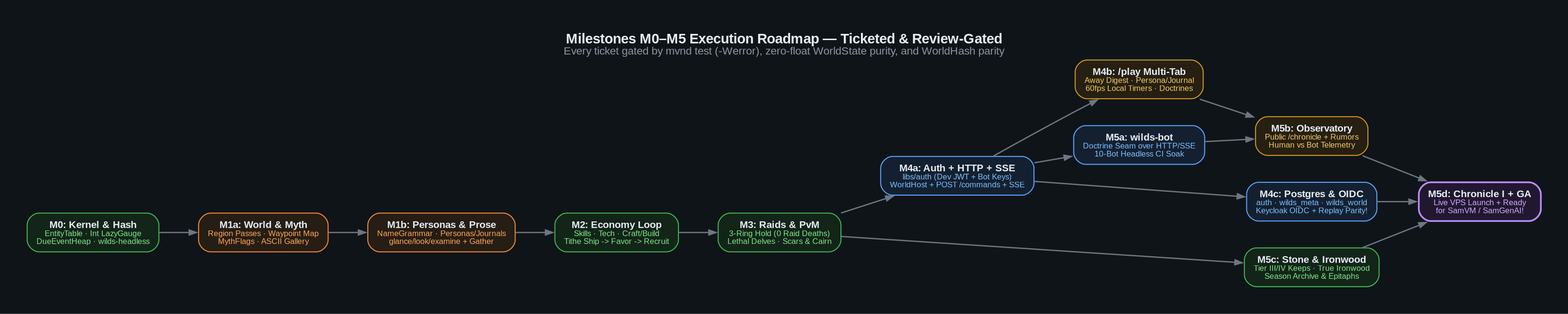
This is planning/ironwood_wilds_planning/diagrams/07-milestone-roadmap.png from Lord-Windy/KotharWorks, a Graphviz export, as it was before one commit. Its source is kept beside it as planning/ironwood_wilds_planning/diagrams/07-milestone-roadmap.dot. Source of this version:
```dot
digraph MilestoneRoadmap {
    graph [
        rankdir=LR,
        bgcolor="#0f1419",
        fontname="Liberation Sans",
        fontsize=14,
        fontcolor="#e6edf3",
        label=<<b>Milestones M0–M5 Execution Roadmap — Ticketed &amp; Review-Gated</b><br/><font point-size="11" color="#8b949e">Every ticket gated by mvnd test (-Werror), zero-float WorldState purity, and WorldHash parity</font>>,
        labelloc=t,
        pad="0.38",
        nodesep="0.38",
        ranksep="0.55"
    ];

    node [
        shape=box,
        style="rounded,filled",
        fontname="Liberation Sans",
        fontsize=10,
        fillcolor="#161b22",
        color="#30363d",
        fontcolor="#e6edf3",
        margin="0.13,0.09"
    ];

    edge [
        color="#6e7681",
        penwidth=1.3,
        arrowsize=0.72
    ];

    m0  [fillcolor="#132419", color="#3fb950", label=<<b>M0: Kernel &amp; Hash</b><br/><font point-size="8.5" color="#7ee787">EntityTable · Int LazyGauge<br/>DueEventHeap · wilds-headless</font>>];
    m1a [fillcolor="#261d14", color="#f0883e", label=<<b>M1a: World &amp; Myth</b><br/><font point-size="8.5" color="#ffa657">Region Passes · Waypoint Map<br/>MythFlags · ASCII Gallery</font>>];
    m1b [fillcolor="#261d14", color="#f0883e", label=<<b>M1b: Personas &amp; Prose</b><br/><font point-size="8.5" color="#ffa657">NameGrammar · Personas/Journals<br/>glance/look/examine + Gather</font>>];
    m2  [fillcolor="#132419", color="#3fb950", label=<<b>M2: Economy Loop</b><br/><font point-size="8.5" color="#7ee787">Skills · Tech · Craft/Build<br/>Tithe Ship -&gt; Favor -&gt; Recruit</font>>];

    m3  [fillcolor="#132419", color="#3fb950", label=<<b>M3: Raids &amp; PvM</b><br/><font point-size="8.5" color="#7ee787">3-Ring Hold (0 Raid Deaths)<br/>Lethal Delves · Scars &amp; Cairn</font>>];
    m4a [fillcolor="#142030", color="#58a6ff", label=<<b>M4a: Auth + HTTP + SSE</b><br/><font point-size="8.5" color="#79c0ff">libs/auth (Dev JWT + Bot Keys)<br/>WorldHost + POST /commands + SSE</font>>];
    m4b [fillcolor="#261f12", color="#d29922", label=<<b>M4b: /play Multi-Tab</b><br/><font point-size="8.5" color="#f2cc60">Away Digest · Persona/Journal<br/>60fps Local Timers · Doctrines</font>>];
    m4c [fillcolor="#142030", color="#58a6ff", label=<<b>M4c: Postgres &amp; OIDC</b><br/><font point-size="8.5" color="#79c0ff">auth · wilds_meta · wilds_world<br/>Keycloak OIDC + Replay Parity!</font>>];

    m5a [fillcolor="#142030", color="#58a6ff", label=<<b>M5a: wilds-bot</b><br/><font point-size="8.5" color="#79c0ff">Doctrine Seam over HTTP/SSE<br/>10-Bot Headless CI Soak</font>>];
    m5b [fillcolor="#261f12", color="#d29922", label=<<b>M5b: Observatory</b><br/><font point-size="8.5" color="#f2cc60">Public /chronicle + Rumors<br/>Human vs Bot Telemetry</font>>];
    m5c [fillcolor="#132419", color="#3fb950", label=<<b>M5c: Stone &amp; Ironwood</b><br/><font point-size="8.5" color="#7ee787">Tier III/IV Keeps · True Ironwood<br/>Season Archive &amp; Epitaphs</font>>];
    m5d [fillcolor="#211830", color="#bc8cff", penwidth=1.7, label=<<b>M5d: Chronicle I + GA</b><br/><font point-size="8.5" color="#d2a8ff">Live VPS Launch + Ready<br/>for SamVM / SamGenAI!</font>>];

    m0 -> m1a -> m1b -> m2 -> m3 -> m4a;
    m4a -> m4b -> m5b;
    m4a -> m4c -> m5d;
    m4a -> m5a -> m5b;
    m3 -> m5c -> m5d;
    m5b -> m5d;
}
```
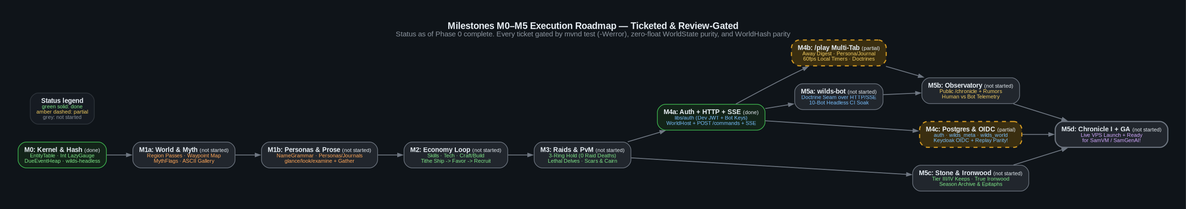
The same diagram one commit later.

Diff of the diagram source:
```diff
@@ -5,7 +5,7 @@
         fontname="Liberation Sans",
         fontsize=14,
         fontcolor="#e6edf3",
-        label=<<b>Milestones M0–M5 Execution Roadmap — Ticketed &amp; Review-Gated</b><br/><font point-size="11" color="#8b949e">Every ticket gated by mvnd test (-Werror), zero-float WorldState purity, and WorldHash parity</font>>,
+        label=<<b>Milestones M0–M5 Execution Roadmap — Ticketed &amp; Review-Gated</b><br/><font point-size="11" color="#8b949e">Status as of Phase 0 complete. Every ticket gated by mvnd test (-Werror), zero-float WorldState purity, and WorldHash parity</font>>,
         labelloc=t,
         pad="0.38",
         nodesep="0.38",
@@ -29,20 +29,22 @@
         arrowsize=0.72
     ];
 
-    m0  [fillcolor="#132419", color="#3fb950", label=<<b>M0: Kernel &amp; Hash</b><br/><font point-size="8.5" color="#7ee787">EntityTable · Int LazyGauge<br/>DueEventHeap · wilds-headless</font>>];
-    m1a [fillcolor="#261d14", color="#f0883e", label=<<b>M1a: World &amp; Myth</b><br/><font point-size="8.5" color="#ffa657">Region Passes · Waypoint Map<br/>MythFlags · ASCII Gallery</font>>];
-    m1b [fillcolor="#261d14", color="#f0883e", label=<<b>M1b: Personas &amp; Prose</b><br/><font point-size="8.5" color="#ffa657">NameGrammar · Personas/Journals<br/>glance/look/examine + Gather</font>>];
-    m2  [fillcolor="#132419", color="#3fb950", label=<<b>M2: Economy Loop</b><br/><font point-size="8.5" color="#7ee787">Skills · Tech · Craft/Build<br/>Tithe Ship -&gt; Favor -&gt; Recruit</font>>];
+    m0 [style="solid,filled,rounded", fillcolor="#132419", color="#3fb950", label=<<b>M0: Kernel &amp; Hash</b> <font point-size="8.5">(done)</font><br/><font point-size="8.5" color="#7ee787">EntityTable · Int LazyGauge<br/>DueEventHeap · wilds-headless</font>>];
+    m1a [style="rounded,filled", fillcolor="#21262d", color="#6e7681", label=<<b>M1a: World &amp; Myth</b> <font point-size="8.5">(not started)</font><br/><font point-size="8.5" color="#ffa657">Region Passes · Waypoint Map<br/>MythFlags · ASCII Gallery</font>>];
+    m1b [style="rounded,filled", fillcolor="#21262d", color="#6e7681", label=<<b>M1b: Personas &amp; Prose</b> <font point-size="8.5">(not started)</font><br/><font point-size="8.5" color="#ffa657">NameGrammar · Personas/Journals<br/>glance/look/examine + Gather</font>>];
+    m2 [style="rounded,filled", fillcolor="#21262d", color="#6e7681", label=<<b>M2: Economy Loop</b> <font point-size="8.5">(not started)</font><br/><font point-size="8.5" color="#7ee787">Skills · Tech · Craft/Build<br/>Tithe Ship -&gt; Favor -&gt; Recruit</font>>];
 
-    m3  [fillcolor="#132419", color="#3fb950", label=<<b>M3: Raids &amp; PvM</b><br/><font point-size="8.5" color="#7ee787">3-Ring Hold (0 Raid Deaths)<br/>Lethal Delves · Scars &amp; Cairn</font>>];
-    m4a [fillcolor="#142030", color="#58a6ff", label=<<b>M4a: Auth + HTTP + SSE</b><br/><font point-size="8.5" color="#79c0ff">libs/auth (Dev JWT + Bot Keys)<br/>WorldHost + POST /commands + SSE</font>>];
-    m4b [fillcolor="#261f12", color="#d29922", label=<<b>M4b: /play Multi-Tab</b><br/><font point-size="8.5" color="#f2cc60">Away Digest · Persona/Journal<br/>60fps Local Timers · Doctrines</font>>];
-    m4c [fillcolor="#142030", color="#58a6ff", label=<<b>M4c: Postgres &amp; OIDC</b><br/><font point-size="8.5" color="#79c0ff">auth · wilds_meta · wilds_world<br/>Keycloak OIDC + Replay Parity!</font>>];
+    m3 [style="rounded,filled", fillcolor="#21262d", color="#6e7681", label=<<b>M3: Raids &amp; PvM</b> <font point-size="8.5">(not started)</font><br/><font point-size="8.5" color="#7ee787">3-Ring Hold (0 Raid Deaths)<br/>Lethal Delves · Scars &amp; Cairn</font>>];
+    m4a [style="solid,filled,rounded", fillcolor="#132419", color="#3fb950", label=<<b>M4a: Auth + HTTP + SSE</b> <font point-size="8.5">(done)</font><br/><font point-size="8.5" color="#79c0ff">libs/auth (Dev JWT + Bot Keys)<br/>WorldHost + POST /commands + SSE</font>>];
+    m4b [style="dashed,filled,rounded", fillcolor="#3a2e10", color="#d29922", penwidth=1.7, label=<<b>M4b: /play Multi-Tab</b> <font point-size="8.5">(partial)</font><br/><font point-size="8.5" color="#f2cc60">Away Digest · Persona/Journal<br/>60fps Local Timers · Doctrines</font>>];
+    m4c [style="dashed,filled,rounded", fillcolor="#3a2e10", color="#d29922", penwidth=1.7, label=<<b>M4c: Postgres &amp; OIDC</b> <font point-size="8.5">(partial)</font><br/><font point-size="8.5" color="#79c0ff">auth · wilds_meta · wilds_world<br/>Keycloak OIDC + Replay Parity!</font>>];
 
-    m5a [fillcolor="#142030", color="#58a6ff", label=<<b>M5a: wilds-bot</b><br/><font point-size="8.5" color="#79c0ff">Doctrine Seam over HTTP/SSE<br/>10-Bot Headless CI Soak</font>>];
-    m5b [fillcolor="#261f12", color="#d29922", label=<<b>M5b: Observatory</b><br/><font point-size="8.5" color="#f2cc60">Public /chronicle + Rumors<br/>Human vs Bot Telemetry</font>>];
-    m5c [fillcolor="#132419", color="#3fb950", label=<<b>M5c: Stone &amp; Ironwood</b><br/><font point-size="8.5" color="#7ee787">Tier III/IV Keeps · True Ironwood<br/>Season Archive &amp; Epitaphs</font>>];
-    m5d [fillcolor="#211830", color="#bc8cff", penwidth=1.7, label=<<b>M5d: Chronicle I + GA</b><br/><font point-size="8.5" color="#d2a8ff">Live VPS Launch + Ready<br/>for SamVM / SamGenAI!</font>>];
+    m5a [style="rounded,filled", fillcolor="#21262d", color="#6e7681", label=<<b>M5a: wilds-bot</b> <font point-size="8.5">(not started)</font><br/><font point-size="8.5" color="#79c0ff">Doctrine Seam over HTTP/SSE<br/>10-Bot Headless CI Soak</font>>];
+    m5b [style="rounded,filled", fillcolor="#21262d", color="#6e7681", label=<<b>M5b: Observatory</b> <font point-size="8.5">(not started)</font><br/><font point-size="8.5" color="#f2cc60">Public /chronicle + Rumors<br/>Human vs Bot Telemetry</font>>];
+    m5c [style="rounded,filled", fillcolor="#21262d", color="#6e7681", label=<<b>M5c: Stone &amp; Ironwood</b> <font point-size="8.5">(not started)</font><br/><font point-size="8.5" color="#7ee787">Tier III/IV Keeps · True Ironwood<br/>Season Archive &amp; Epitaphs</font>>];
+    m5d [style="rounded,filled", fillcolor="#21262d", color="#6e7681", penwidth=1.7, label=<<b>M5d: Chronicle I + GA</b> <font point-size="8.5">(not started)</font><br/><font point-size="8.5" color="#d2a8ff">Live VPS Launch + Ready<br/>for SamVM / SamGenAI!</font>>];
+
+    legend [shape=box, style="rounded,filled", fillcolor="#161b22", color="#30363d", label=<<b>Status legend</b><br/><font point-size="8.5" color="#7ee787">green solid: done</font><br/><font point-size="8.5" color="#f2cc60">amber dashed: partial</font><br/><font point-size="8.5" color="#8b949e">grey: not started</font>>];
 
     m0 -> m1a -> m1b -> m2 -> m3 -> m4a;
     m4a -> m4b -> m5b;
```
